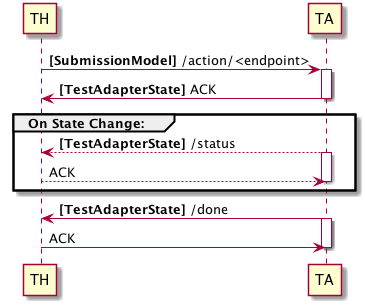
Earlier version of the PlantUML export phase02/ChallengeProblems/Immortals-Phase2-TestHarnessAPI-Workflow.png (darpa-brass/bbn-immortals). The source it was exported from:
```plantuml
@startuml
TH -> TA: <b>[SubmissionModel]</b> /action/<endpoint>
activate TA
TA -> TH: <b>[TestAdapterState]</b> ACK
deactivate TA

group On State Change:
    TA --> TH: <b>[TestAdapterState]</b> /status
    activate TA
    TH --> TA: ACK
    deactivate TA
end

TA -> TH: <b>[TestAdapterState]</b> /done
activate TA
TH -> TA: ACK
deactivate TA
@enduml
```
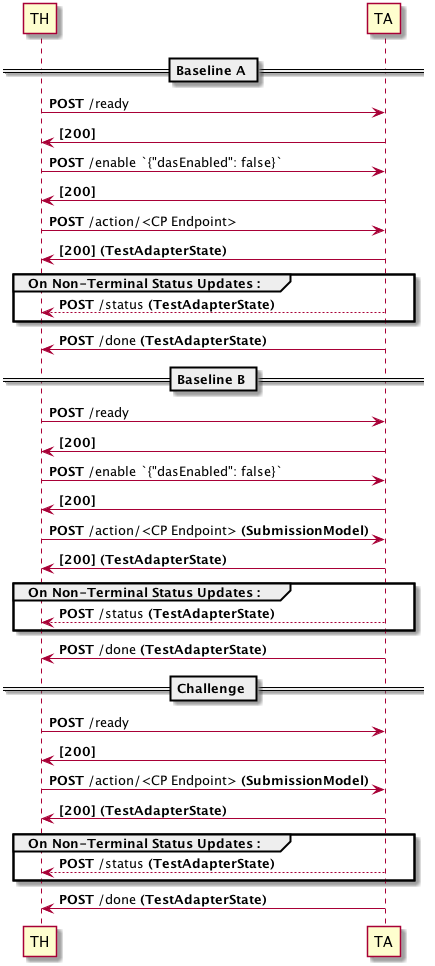
The same diagram one commit later.

The edit, as a diff of the source:
```diff
@@ -1,18 +1,53 @@
 @startuml
-TH -> TA: <b>[SubmissionModel]</b> /action/<endpoint>
-activate TA
-TA -> TH: <b>[TestAdapterState]</b> ACK
-deactivate TA
 
-group On State Change:
-    TA --> TH: <b>[TestAdapterState]</b> /status
-    activate TA
-    TH --> TA: ACK
-    deactivate TA
+== Baseline A ==
+
+TH -> TA: <b>POST</b> /ready
+TA -> TH: <b>[200]</b>
+
+TH -> TA: <b>POST</b> /enable `{"dasEnabled": false}`
+TA -> TH: <b>[200]</b>
+
+TH -> TA: <b>POST</b> /action/<CP Endpoint>
+TA -> TH: <b>[200]</b> <b>(TestAdapterState)</b>
+
+group On Non-Terminal Status Updates :
+    TA --> TH: <b>POST</b> /status <b>(TestAdapterState)</b>
 end
 
-TA -> TH: <b>[TestAdapterState]</b> /done
-activate TA
-TH -> TA: ACK
-deactivate TA
+TA -> TH: <b>POST</b> /done <b>(TestAdapterState)</b>
+
+
+== Baseline B ==
+
+TH -> TA: <b>POST</b> /ready
+TA -> TH: <b>[200]</b>
+
+TH -> TA: <b>POST</b> /enable `{"dasEnabled": false}`
+TA -> TH: <b>[200]</b>
+
+TH -> TA: <b>POST</b> /action/<CP Endpoint> <b>(SubmissionModel)</b>
+TA -> TH: <b>[200]</b> <b>(TestAdapterState)</b>
+
+group On Non-Terminal Status Updates :
+    TA --> TH: <b>POST</b> /status <b>(TestAdapterState)</b>
+end
+
+TA -> TH: <b>POST</b> /done <b>(TestAdapterState)</b>
+
+
+== Challenge ==
+
+TH -> TA: <b>POST</b> /ready
+TA -> TH: <b>[200]</b>
+
+TH -> TA: <b>POST</b> /action/<CP Endpoint> <b>(SubmissionModel)</b>
+TA -> TH: <b>[200]</b> <b>(TestAdapterState)</b>
+
+group On Non-Terminal Status Updates :
+    TA --> TH: <b>POST</b> /status <b>(TestAdapterState)</b>
+end
+
+TA -> TH: <b>POST</b> /done <b>(TestAdapterState)</b>
+
 @enduml
```
